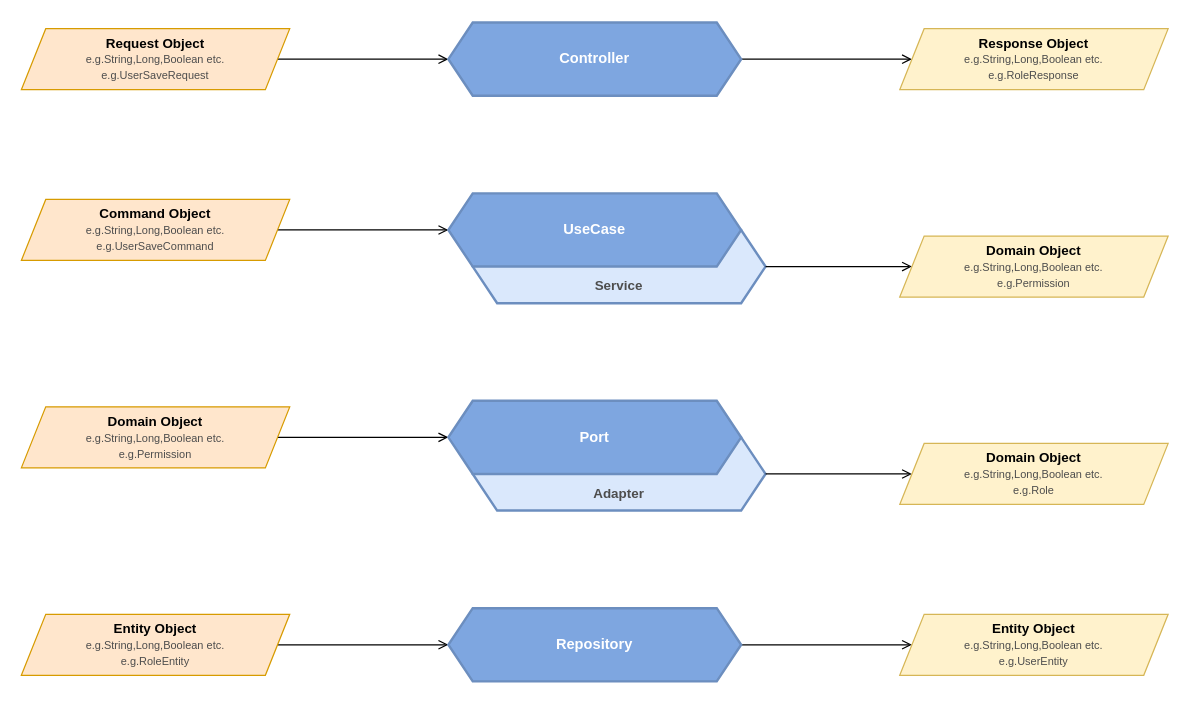
The draw.io diagram documents/architecture/hexagonal-architecture.drawio in agitrubard/auth-side-services, before the edit. Source tidied: cells renumbered, new cells numbered last; positions are measured from the earlier drawing's top-left corner, leaving out a move shared by most shapes. Both pictures are drawn from the tidied source at 122%, with x=0, y=0 at pixel (21, 22).
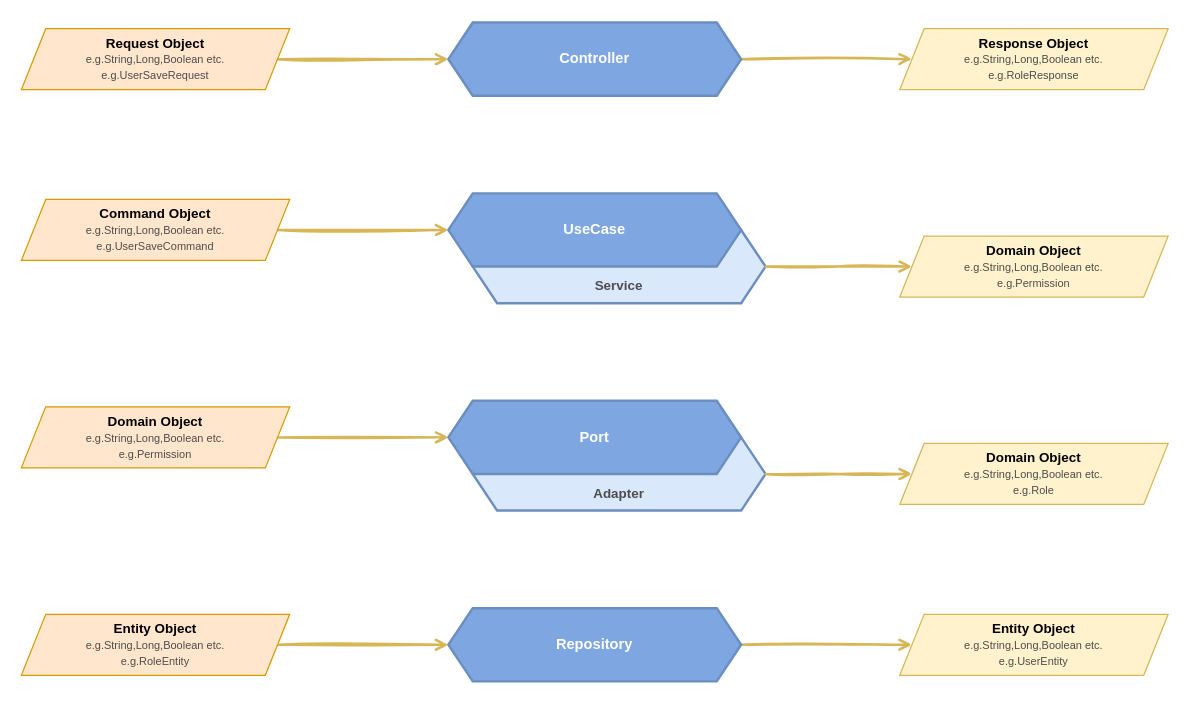
After the change.

Commit message (it also covers changes not shown here):
Project Architecture Sketch and Image Have Been Updated

The change refers to these unchanged cells:
```xml
<mxCell id="2" value="&lt;b&gt;&lt;sup&gt;&lt;font style=&quot;font-size: 11px&quot;&gt;Service&lt;/font&gt;&lt;/sup&gt;&lt;/b&gt;" style="shape=hexagon;perimeter=hexagonPerimeter2;whiteSpace=wrap;html=1;fixedSize=1;spacing=2;verticalAlign=bottom;fontFamily=SF Mono;fontStyle=0;strokeWidth=2;strokeColor=#6c8ebf;fillColor=#dae8fc;fontColor=#4D4D4D;" parent="1" vertex="1">
  <mxGeometry x="370" y="170" width="240" height="60" as="geometry" />
</mxCell>
<mxCell id="5" value="UseCase" style="shape=hexagon;perimeter=hexagonPerimeter2;whiteSpace=wrap;html=1;fixedSize=1;fontFamily=SF Mono;fontStyle=1;strokeWidth=2;fillColor=#7EA6E0;strokeColor=#6C8EBF;fontColor=#FFFFFF;" parent="1" vertex="1">
  <mxGeometry x="350" y="140" width="240" height="60" as="geometry" />
</mxCell>
<mxCell id="8" value="Controller" style="shape=hexagon;perimeter=hexagonPerimeter2;whiteSpace=wrap;html=1;fixedSize=1;fontFamily=SF Mono;fontStyle=1;strokeWidth=2;fillColor=#7EA6E0;strokeColor=#6C8EBF;fontColor=#FFFFFF;" parent="1" vertex="1">
  <mxGeometry x="350" width="240" height="60" as="geometry" />
</mxCell>
<mxCell id="9" value="&lt;b&gt;&lt;sup&gt;&lt;font style=&quot;font-size: 11px&quot;&gt;Adapter&lt;/font&gt;&lt;/sup&gt;&lt;/b&gt;" style="shape=hexagon;perimeter=hexagonPerimeter2;whiteSpace=wrap;html=1;fixedSize=1;spacing=2;verticalAlign=bottom;fontFamily=SF Mono;fontStyle=0;strokeWidth=2;strokeColor=#6c8ebf;fillColor=#dae8fc;fontColor=#4D4D4D;" parent="1" vertex="1">
  <mxGeometry x="370" y="340" width="240" height="60" as="geometry" />
</mxCell>
<mxCell id="12" value="Port" style="shape=hexagon;perimeter=hexagonPerimeter2;whiteSpace=wrap;html=1;fixedSize=1;fontFamily=SF Mono;fontStyle=1;strokeWidth=2;fillColor=#7EA6E0;strokeColor=#6c8ebf;fontColor=#FFFFFF;" parent="1" vertex="1">
  <mxGeometry x="350" y="310" width="240" height="60" as="geometry" />
</mxCell>
<mxCell id="15" value="Repository" style="shape=hexagon;perimeter=hexagonPerimeter2;whiteSpace=wrap;html=1;fixedSize=1;fontFamily=SF Mono;fontStyle=1;strokeWidth=2;fillColor=#7EA6E0;strokeColor=#6c8ebf;fontColor=#FFFFFF;" parent="1" vertex="1">
  <mxGeometry x="350" y="480" width="240" height="60" as="geometry" />
</mxCell>
```

The edit, as a diff of the source:
```diff
@@
-    <mxCell id="3" style="edgeStyle=orthogonalEdgeStyle;rounded=0;jettySize=auto;html=1;endArrow=open;endFill=0;entryX=0;entryY=0.5;entryDx=0;entryDy=0;" parent="1" edge="1" target="5">
+    <mxCell id="3" style="edgeStyle=orthogonalEdgeStyle;rounded=0;jettySize=auto;html=1;endArrow=open;endFill=0;entryX=0;entryY=0.5;entryDx=0;entryDy=0;fillColor=#fff2cc;strokeColor=#d6b656;strokeWidth=2;sketch=1;" parent="1" edge="1" target="5">
       <mxGeometry relative="1" as="geometry">
         <mxPoint x="210" y="170" as="sourcePoint" />
         <Array as="points">
           <mxPoint x="210" y="170" />
         </Array>
       </mxGeometry>
     </mxCell>
-    <mxCell id="4" style="edgeStyle=orthogonalEdgeStyle;rounded=0;jettySize=auto;html=1;exitX=1;exitY=0.5;exitDx=0;exitDy=0;endArrow=open;endFill=0;" parent="1" edge="1" source="2">
+    <mxCell id="4" style="edgeStyle=orthogonalEdgeStyle;rounded=0;jettySize=auto;html=1;exitX=1;exitY=0.5;exitDx=0;exitDy=0;endArrow=open;endFill=0;strokeWidth=2;fillColor=#fff2cc;strokeColor=#d6b656;sketch=1;" parent="1" edge="1" source="2">
       <mxGeometry relative="1" as="geometry">
         <mxPoint x="730" y="200" as="targetPoint" />
       </mxGeometry>
     </mxCell>
@@
-    <mxCell id="6" style="edgeStyle=orthogonalEdgeStyle;rounded=0;jettySize=auto;html=1;endArrow=open;endFill=0;entryX=0;entryY=0.5;entryDx=0;entryDy=0;startArrow=none;" parent="1" edge="1" target="8">
+    <mxCell id="6" style="edgeStyle=orthogonalEdgeStyle;jettySize=auto;html=1;endArrow=open;endFill=0;entryX=0;entryY=0.5;entryDx=0;entryDy=0;startArrow=none;shadow=0;sketch=1;strokeColor=#d6b656;labelBorderColor=#FFFFFF;strokeWidth=2;jumpStyle=none;fillColor=#fff2cc;rounded=0;" parent="1" edge="1" target="8">
       <mxGeometry relative="1" as="geometry">
         <mxPoint x="210" y="30" as="sourcePoint" />
         <Array as="points">
           <mxPoint x="210" y="30" />
         </Array>
       </mxGeometry>
     </mxCell>
-    <mxCell id="7" style="edgeStyle=orthogonalEdgeStyle;rounded=0;jettySize=auto;html=1;exitX=1;exitY=0.5;exitDx=0;exitDy=0;endArrow=open;endFill=0;" parent="1" edge="1" source="8">
+    <mxCell id="7" style="edgeStyle=orthogonalEdgeStyle;rounded=0;jettySize=auto;html=1;exitX=1;exitY=0.5;exitDx=0;exitDy=0;endArrow=open;endFill=0;fillColor=#fff2cc;strokeColor=#d6b656;sketch=1;strokeWidth=2;" parent="1" edge="1" source="8">
       <mxGeometry relative="1" as="geometry">
         <mxPoint x="730" y="30" as="targetPoint" />
         <Array as="points">
           <mxPoint x="730" y="30" />
         </Array>
       </mxGeometry>
     </mxCell>
@@
-    <mxCell id="10" style="edgeStyle=orthogonalEdgeStyle;rounded=0;jettySize=auto;html=1;endArrow=open;endFill=0;entryX=0;entryY=0.5;entryDx=0;entryDy=0;" parent="1" edge="1" target="12">
+    <mxCell id="10" style="edgeStyle=orthogonalEdgeStyle;rounded=0;jettySize=auto;html=1;endArrow=open;endFill=0;entryX=0;entryY=0.5;entryDx=0;entryDy=0;sketch=1;strokeWidth=2;fillColor=#fff2cc;strokeColor=#d6b656;" parent="1" edge="1" target="12">
       <mxGeometry relative="1" as="geometry">
         <mxPoint x="210" y="340" as="sourcePoint" />
         <Array as="points">
           <mxPoint x="210" y="340" />
         </Array>
       </mxGeometry>
     </mxCell>
-    <mxCell id="11" style="edgeStyle=orthogonalEdgeStyle;rounded=0;jettySize=auto;html=1;exitX=1;exitY=0.5;exitDx=0;exitDy=0;endArrow=open;endFill=0;" parent="1" edge="1" source="9">
+    <mxCell id="11" style="edgeStyle=orthogonalEdgeStyle;rounded=0;jettySize=auto;html=1;exitX=1;exitY=0.5;exitDx=0;exitDy=0;endArrow=open;endFill=0;sketch=1;strokeWidth=2;fillColor=#fff2cc;strokeColor=#d6b656;" parent="1" edge="1" source="9">
       <mxGeometry relative="1" as="geometry">
         <mxPoint x="730" y="370" as="targetPoint" />
       </mxGeometry>
     </mxCell>
@@
-    <mxCell id="13" style="edgeStyle=orthogonalEdgeStyle;rounded=0;jettySize=auto;html=1;endArrow=open;endFill=0;entryX=0;entryY=0.5;entryDx=0;entryDy=0;" parent="1" edge="1" target="15">
+    <mxCell id="13" style="edgeStyle=orthogonalEdgeStyle;rounded=0;jettySize=auto;html=1;endArrow=open;endFill=0;entryX=0;entryY=0.5;entryDx=0;entryDy=0;fillColor=#fff2cc;strokeColor=#d6b656;strokeWidth=2;sketch=1;" parent="1" edge="1" target="15">
       <mxGeometry relative="1" as="geometry">
         <mxPoint x="210" y="510" as="sourcePoint" />
         <Array as="points">
           <mxPoint x="210" y="510" />
         </Array>
       </mxGeometry>
     </mxCell>
-    <mxCell id="14" style="edgeStyle=orthogonalEdgeStyle;rounded=0;jettySize=auto;html=1;exitX=1;exitY=0.5;exitDx=0;exitDy=0;endArrow=open;endFill=0;" parent="1" edge="1" source="15">
+    <mxCell id="14" style="edgeStyle=orthogonalEdgeStyle;rounded=0;jettySize=auto;html=1;exitX=1;exitY=0.5;exitDx=0;exitDy=0;endArrow=open;endFill=0;fillColor=#fff2cc;strokeColor=#d6b656;strokeWidth=2;sketch=1;" parent="1" edge="1" source="15">
       <mxGeometry relative="1" as="geometry">
         <mxPoint x="730" y="510" as="targetPoint" />
         <Array as="points">
           <mxPoint x="730" y="510" />
         </Array>
       </mxGeometry>
     </mxCell>
```
